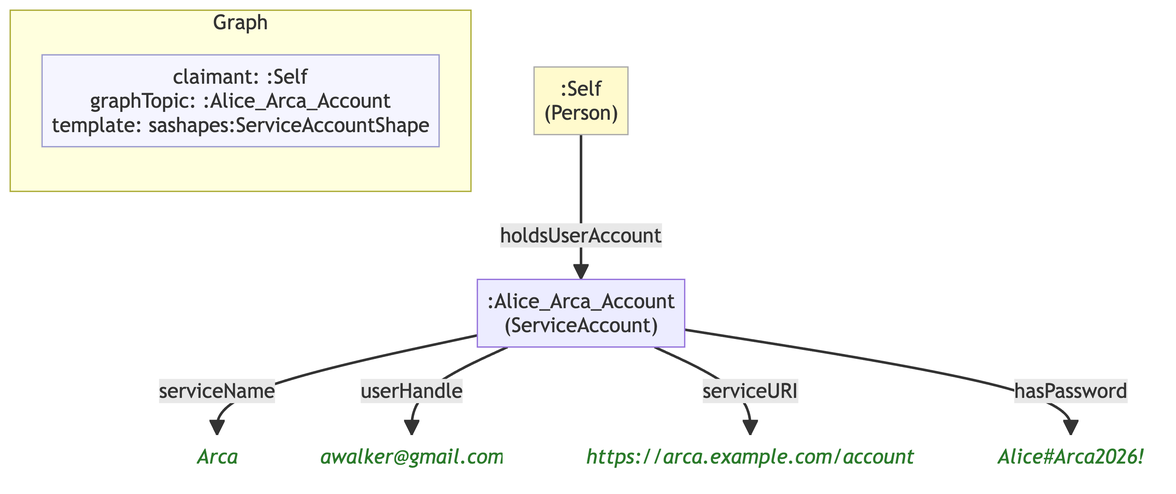
This is example/graphs/images/graph-97.png from MeeFoundation/mia-ontologies, a Mermaid export, as it was before one commit. Its source is kept beside it as example/graphs/images/graph-97.mmd.
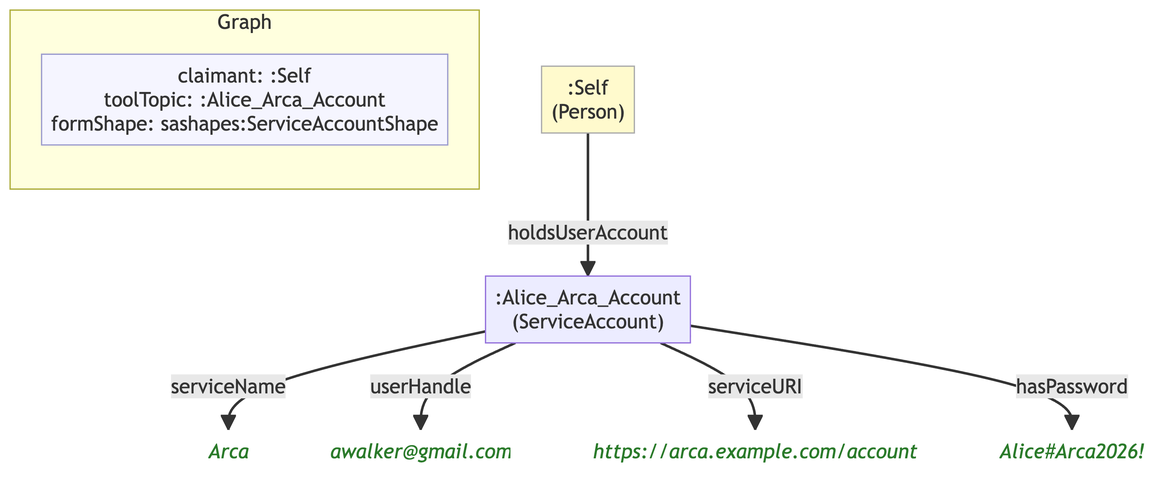
The same diagram one commit later.

Change to the diagram source:
```diff
@@ -7,18 +7,18 @@
 
     subgraph ctx["Graph"]
         direction LR
-        ctx_meta["claimant: :Self\ngraphTopic: :Alice_Arca_Account\ntemplate: sashapes:ServiceAccountShape"]:::meta
+        ctx_meta["claimant: :Self\ntoolTopic: :Alice_Arca_Account\nformShape: sashapes:ServiceAccountShape"]:::meta
     end
 
-    n7a1e356de3c9[":Alice_Arca_Account\n(ServiceAccount)"]
-    n367ed95820d7("Arca"):::lit
-    n55acb94bc8e0("awalker@gmail.com"):::lit
-    n2d7adaf1ca04("https://arca.example.com/account"):::lit
-    n917e04fa4120("Alice#Arca2026!"):::lit
-    ne0c3ba92f1db[":Self\n(Person)"]:::person
+    n865adc8ba2a1[":Alice_Arca_Account\n(ServiceAccount)"]
+    neac6eebe8608("Arca"):::lit
+    neec9acb11e1f("awalker@gmail.com"):::lit
+    nfac75ff81c93("https://arca.example.com/account"):::lit
+    n1a08478e4e3c("Alice#Arca2026!"):::lit
+    n655e442e50be[":Self\n(Person)"]:::person
 
-    n7a1e356de3c9 -->|"serviceName"| n367ed95820d7
-    n7a1e356de3c9 -->|"userHandle"| n55acb94bc8e0
-    n7a1e356de3c9 -->|"serviceURI"| n2d7adaf1ca04
-    n7a1e356de3c9 -->|"hasPassword"| n917e04fa4120
-    ne0c3ba92f1db -->|"holdsUserAccount"| n7a1e356de3c9
+    n865adc8ba2a1 -->|"serviceName"| neac6eebe8608
+    n865adc8ba2a1 -->|"userHandle"| neec9acb11e1f
+    n865adc8ba2a1 -->|"serviceURI"| nfac75ff81c93
+    n865adc8ba2a1 -->|"hasPassword"| n1a08478e4e3c
+    n655e442e50be -->|"holdsUserAccount"| n865adc8ba2a1
```
